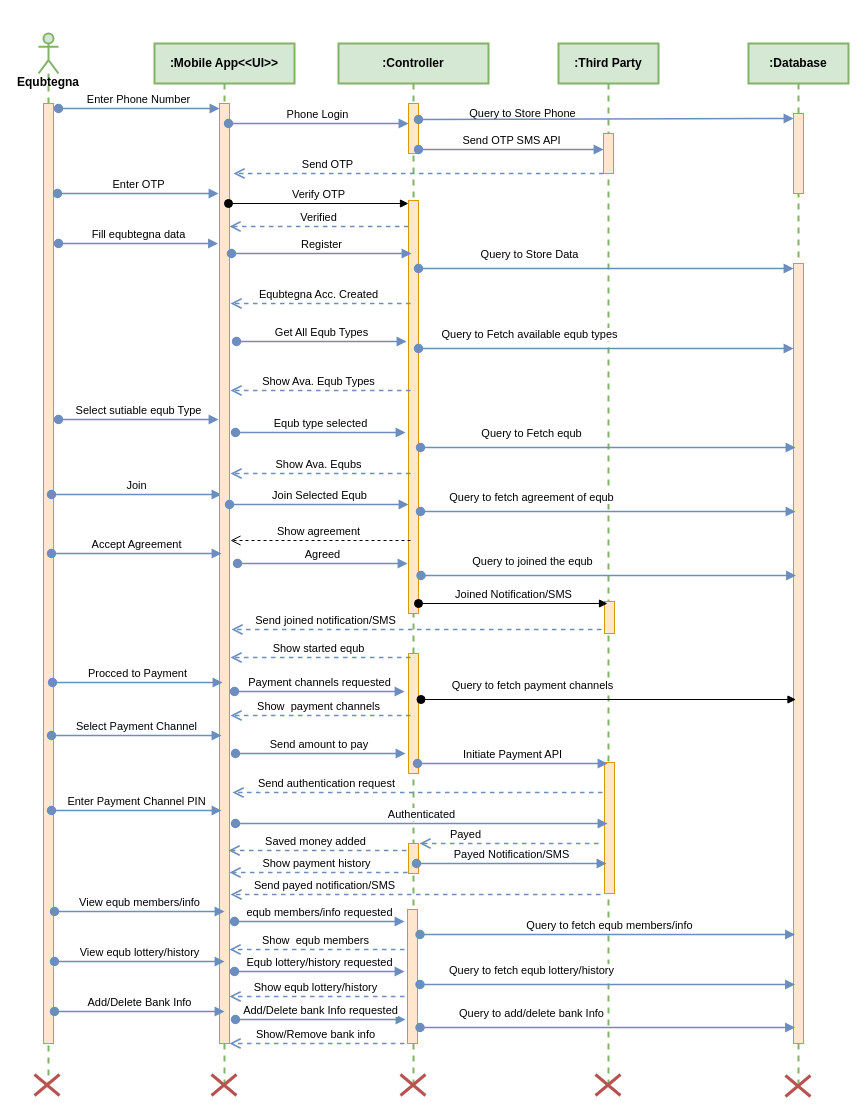
The draw.io diagram page "Page-4" (4 of 8) of Digital Equb DFD.drawio in fasil712/UML_Diagram_Design, before the edit. Source tidied: cells renumbered, new cells numbered last; positions are measured from the earlier drawing's top-left corner, leaving out a move shared by most shapes. Both pictures are drawn from the tidied source at 100%, with x=0, y=0 at pixel (34, 33).
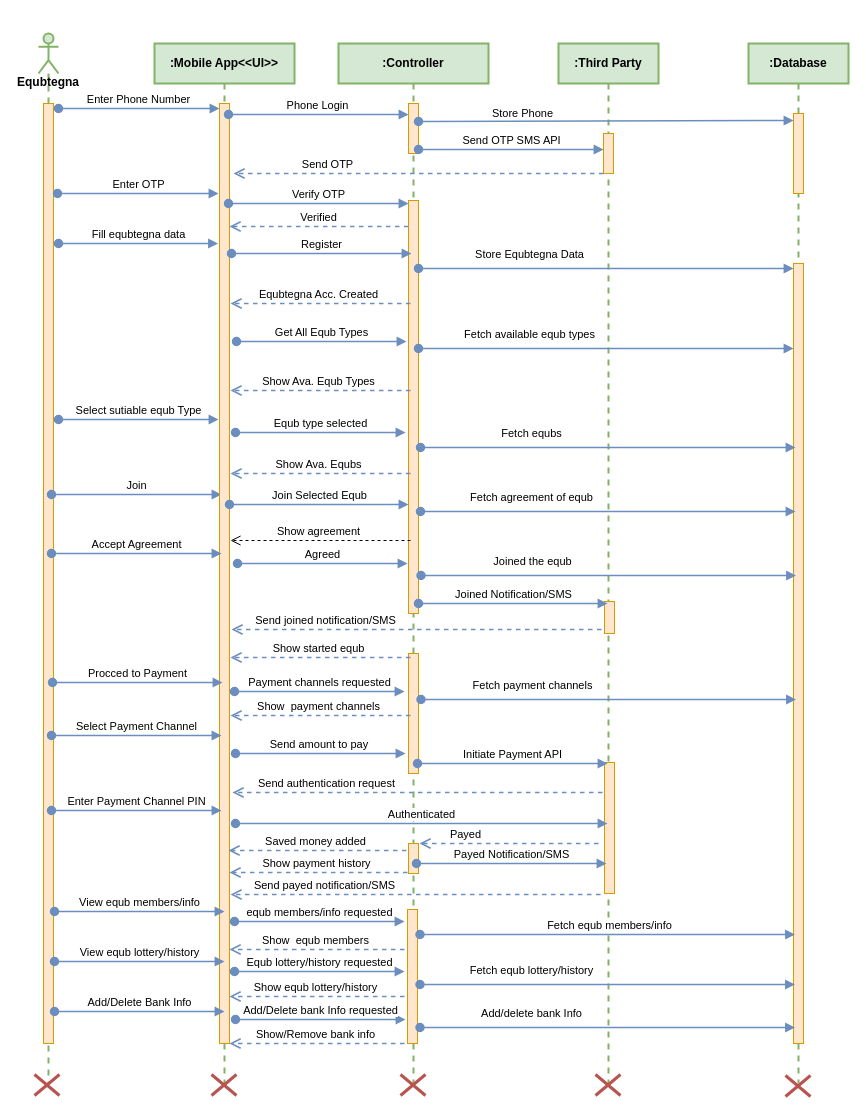
After the change.

Unchanged cells that the change refers to:
```xml
<mxCell id="4" value=":Third Party" style="shape=umlLifeline;perimeter=lifelinePerimeter;whiteSpace=wrap;html=1;outlineConnect=0;portConstraint=eastwest;newEdgeStyle={&quot;curved&quot;:0,&quot;rounded&quot;:0};fontStyle=1;fillColor=#d5e8d4;strokeColor=#82b366;strokeWidth=2;" parent="1" vertex="1">
  <mxGeometry x="524" y="10" width="100" height="1040" as="geometry" />
</mxCell>
<mxCell id="10" style="html=1;points=[[0,0,0,0,5],[0,1,0,0,-5],[1,0,0,0,5],[1,1,0,0,-5]];perimeter=orthogonalPerimeter;outlineConnect=0;targetShapes=umlLifeline;portConstraint=eastwest;newEdgeStyle={&quot;curved&quot;:0,&quot;rounded&quot;:0};fontStyle=0;fillColor=#ffe6cc;strokeColor=#d79b00;" parent="8" vertex="1">
  <mxGeometry x="70" y="157" width="10" height="413" as="geometry" />
</mxCell>
<mxCell id="15" style="html=1;points=[[0,0,0,0,5],[0,1,0,0,-5],[1,0,0,0,5],[1,1,0,0,-5]];perimeter=orthogonalPerimeter;outlineConnect=0;targetShapes=umlLifeline;portConstraint=eastwest;newEdgeStyle={&quot;curved&quot;:0,&quot;rounded&quot;:0};fontStyle=0;fillColor=#ffe6cc;strokeColor=#d79b00;" parent="14" vertex="1">
  <mxGeometry x="45" y="70" width="10" height="80" as="geometry" />
</mxCell>
<mxCell id="16" style="html=1;points=[[0,0,0,0,5],[0,1,0,0,-5],[1,0,0,0,5],[1,1,0,0,-5]];perimeter=orthogonalPerimeter;outlineConnect=0;targetShapes=umlLifeline;portConstraint=eastwest;newEdgeStyle={&quot;curved&quot;:0,&quot;rounded&quot;:0};fontStyle=0;fillColor=#ffe6cc;strokeColor=#d79b00;" parent="14" vertex="1">
  <mxGeometry x="45" y="220" width="10" height="780" as="geometry" />
</mxCell>
<mxCell id="18" style="html=1;verticalAlign=bottom;startArrow=oval;endArrow=block;startSize=8;curved=0;rounded=0;fontStyle=0;" parent="1" edge="1" target="4">
  <mxGeometry relative="1" as="geometry">
    <mxPoint x="573.5" y="139" as="sourcePoint" />
  </mxGeometry>
</mxCell>
```

Change to the diagram source:
```diff
@@
-    <mxCell id="19" value="Query&amp;nbsp;to Store Phone" style="edgeLabel;html=1;align=center;verticalAlign=middle;fontStyle=0;" parent="18" vertex="1">
+    <mxCell id="19" value="Store Phone" style="edgeLabel;html=1;align=center;verticalAlign=middle;fontStyle=0;" parent="18" vertex="1">
       <mxGeometry x="0.01" y="1" relative="1" as="geometry">
         <mxPoint x="-86" y="-61" as="offset" />
       </mxGeometry>
     </mxCell>
-    <mxCell id="20" style="html=1;verticalAlign=bottom;startArrow=oval;endArrow=block;startSize=8;curved=0;rounded=0;entryX=0;entryY=0;entryDx=0;entryDy=5;entryPerimeter=0;fontStyle=0;fillColor=#dae8fc;strokeColor=#6c8ebf;strokeWidth=1.5;" parent="1" edge="1" target="15">
+    <mxCell id="20" style="html=1;verticalAlign=bottom;startArrow=oval;endArrow=block;startSize=8;curved=0;rounded=0;entryX=0;entryY=0;entryDx=0;entryDy=5;entryPerimeter=0;fontStyle=0;fillColor=#dae8fc;strokeColor=#6c8ebf;strokeWidth=1.5;" parent="1" edge="1">
       <mxGeometry relative="1" as="geometry">
-        <mxPoint x="384" y="86" as="sourcePoint" />
+        <mxPoint x="384" y="88" as="sourcePoint" />
+        <mxPoint x="759" y="87" as="targetPoint" />
       </mxGeometry>
     </mxCell>
@@
-    <mxCell id="26" value="Query to Store Data" style="html=1;verticalAlign=bottom;startArrow=oval;endArrow=block;startSize=8;curved=0;rounded=0;entryX=0;entryY=0;entryDx=0;entryDy=5;fontStyle=0;fillColor=#dae8fc;strokeColor=#6c8ebf;strokeWidth=1.5;" parent="1" edge="1" source="10" target="16">
+    <mxCell id="26" value="Store Equbtegna Data" style="html=1;verticalAlign=bottom;startArrow=oval;endArrow=block;startSize=8;curved=0;rounded=0;entryX=0;entryY=0;entryDx=0;entryDy=5;fontStyle=0;fillColor=#dae8fc;strokeColor=#6c8ebf;strokeWidth=1.5;" parent="1" edge="1" source="10" target="16">
       <mxGeometry x="-0.41" y="5" relative="1" as="geometry" />
     </mxCell>
@@
-    <mxCell id="31" value="Query to Fetch available equb types" style="html=1;verticalAlign=bottom;startArrow=oval;endArrow=block;startSize=8;curved=0;rounded=0;entryX=0;entryY=0;entryDx=0;entryDy=5;fontStyle=0;fillColor=#dae8fc;strokeColor=#6c8ebf;strokeWidth=1.5;" parent="1" edge="1">
+    <mxCell id="31" value="Fetch available equb types" style="html=1;verticalAlign=bottom;startArrow=oval;endArrow=block;startSize=8;curved=0;rounded=0;entryX=0;entryY=0;entryDx=0;entryDy=5;fontStyle=0;fillColor=#dae8fc;strokeColor=#6c8ebf;strokeWidth=1.5;" parent="1" edge="1">
       <mxGeometry x="-0.41" y="5" relative="1" as="geometry">
         <mxPoint x="384" y="315" as="sourcePoint" />
         <mxPoint x="759" y="315" as="targetPoint" />
       </mxGeometry>
     </mxCell>
-    <mxCell id="32" value="Query to Fetch equb" style="html=1;verticalAlign=bottom;startArrow=oval;endArrow=block;startSize=8;curved=0;rounded=0;entryX=0;entryY=0;entryDx=0;entryDy=5;fontStyle=0;fillColor=#dae8fc;strokeColor=#6c8ebf;strokeWidth=1.5;" parent="1" edge="1">
+    <mxCell id="32" value="Fetch equbs" style="html=1;verticalAlign=bottom;startArrow=oval;endArrow=block;startSize=8;curved=0;rounded=0;entryX=0;entryY=0;entryDx=0;entryDy=5;fontStyle=0;fillColor=#dae8fc;strokeColor=#6c8ebf;strokeWidth=1.5;" parent="1" edge="1">
       <mxGeometry x="-0.41" y="5" relative="1" as="geometry">
         <mxPoint x="386" y="414" as="sourcePoint" />
         <mxPoint x="761" y="414" as="targetPoint" />
       </mxGeometry>
     </mxCell>
@@
-    <mxCell id="35" value="Query to fetch agreement of equb" style="html=1;verticalAlign=bottom;startArrow=oval;endArrow=block;startSize=8;curved=0;rounded=0;entryX=0;entryY=0;entryDx=0;entryDy=5;fontStyle=0;fillColor=#dae8fc;strokeColor=#6c8ebf;strokeWidth=1.5;" parent="1" edge="1">
+    <mxCell id="35" value="Fetch agreement of equb" style="html=1;verticalAlign=bottom;startArrow=oval;endArrow=block;startSize=8;curved=0;rounded=0;entryX=0;entryY=0;entryDx=0;entryDy=5;fontStyle=0;fillColor=#dae8fc;strokeColor=#6c8ebf;strokeWidth=1.5;" parent="1" edge="1">
       <mxGeometry x="-0.41" y="5" relative="1" as="geometry">
         <mxPoint x="386" y="478" as="sourcePoint" />
         <mxPoint x="761" y="478" as="targetPoint" />
       </mxGeometry>
     </mxCell>
@@
-    <mxCell id="38" value="Query to joined the equb" style="html=1;verticalAlign=bottom;startArrow=oval;endArrow=block;startSize=8;curved=0;rounded=0;entryX=0;entryY=0;entryDx=0;entryDy=5;fontStyle=0;fillColor=#dae8fc;strokeColor=#6c8ebf;strokeWidth=1.5;" parent="1" edge="1">
+    <mxCell id="38" value="Joined the equb" style="html=1;verticalAlign=bottom;startArrow=oval;endArrow=block;startSize=8;curved=0;rounded=0;entryX=0;entryY=0;entryDx=0;entryDy=5;fontStyle=0;fillColor=#dae8fc;strokeColor=#6c8ebf;strokeWidth=1.5;" parent="1" edge="1">
       <mxGeometry x="-0.41" y="5" relative="1" as="geometry">
         <mxPoint x="386.5" y="542" as="sourcePoint" />
         <mxPoint x="761.5" y="542" as="targetPoint" />
       </mxGeometry>
     </mxCell>
@@
     <mxCell id="42" value="Phone Login" style="html=1;verticalAlign=bottom;startArrow=oval;endArrow=block;startSize=8;curved=0;rounded=0;fontStyle=0;fillColor=#dae8fc;strokeColor=#6c8ebf;strokeWidth=1.5;" parent="1" edge="1">
       <mxGeometry x="-0.01" relative="1" as="geometry">
-        <mxPoint x="194" y="90" as="sourcePoint" />
-        <mxPoint x="374" y="90" as="targetPoint" />
+        <mxPoint x="194" y="81" as="sourcePoint" />
+        <mxPoint x="374" y="81" as="targetPoint" />
       </mxGeometry>
     </mxCell>
-    <mxCell id="43" value="Verify OTP" style="html=1;verticalAlign=bottom;startArrow=oval;endArrow=block;startSize=8;curved=0;rounded=0;fontStyle=0;" parent="1" edge="1">
+    <mxCell id="43" value="Verify OTP" style="html=1;verticalAlign=bottom;startArrow=oval;endArrow=block;startSize=8;curved=0;rounded=0;fontStyle=0;fillColor=#dae8fc;strokeColor=#6c8ebf;strokeWidth=1.5;" parent="1" edge="1">
       <mxGeometry relative="1" as="geometry">
         <mxPoint x="194" y="170" as="sourcePoint" />
         <mxPoint x="374" y="170" as="targetPoint" />
       </mxGeometry>
     </mxCell>
@@
-    <mxCell id="48" value="Joined Notification/SMS" style="html=1;verticalAlign=bottom;startArrow=oval;startFill=1;endArrow=block;startSize=8;curved=0;rounded=0;fontStyle=0;" parent="1" edge="1" target="4">
+    <mxCell id="48" value="Joined Notification/SMS" style="html=1;verticalAlign=bottom;startArrow=oval;startFill=1;endArrow=block;startSize=8;curved=0;rounded=0;fontStyle=0;fillColor=#dae8fc;strokeColor=#6c8ebf;strokeWidth=1.5;" parent="1" edge="1" target="4">
       <mxGeometry relative="1" as="geometry">
         <mxPoint x="384" y="570" as="sourcePoint" />
       </mxGeometry>
     </mxCell>
@@
-    <mxCell id="52" value="Query to fetch payment channels" style="html=1;verticalAlign=bottom;startArrow=oval;endArrow=block;startSize=8;curved=0;rounded=0;entryX=0;entryY=0;entryDx=0;entryDy=5;fontStyle=0;" parent="1" edge="1">
+    <mxCell id="52" value="Fetch payment channels" style="html=1;verticalAlign=bottom;startArrow=oval;endArrow=block;startSize=8;curved=0;rounded=0;entryX=0;entryY=0;entryDx=0;entryDy=5;fontStyle=0;fillColor=#dae8fc;strokeColor=#6c8ebf;strokeWidth=1.5;" parent="1" edge="1">
       <mxGeometry x="-0.41" y="5" relative="1" as="geometry">
         <mxPoint x="386.5" y="666" as="sourcePoint" />
         <mxPoint x="761.5" y="666" as="targetPoint" />
       </mxGeometry>
     </mxCell>
@@
-    <mxCell id="71" value="Query to fetch equb members/info" style="html=1;verticalAlign=bottom;startArrow=oval;endArrow=block;startSize=8;curved=0;rounded=0;entryX=0;entryY=0;entryDx=0;entryDy=5;fontStyle=0;fillColor=#dae8fc;strokeColor=#6c8ebf;strokeWidth=1.5;" parent="1" edge="1">
+    <mxCell id="71" value="Fetch equb members/info" style="html=1;verticalAlign=bottom;startArrow=oval;endArrow=block;startSize=8;curved=0;rounded=0;entryX=0;entryY=0;entryDx=0;entryDy=5;fontStyle=0;fillColor=#dae8fc;strokeColor=#6c8ebf;strokeWidth=1.5;" parent="1" edge="1">
       <mxGeometry x="0.01" relative="1" as="geometry">
         <mxPoint x="385.5" y="901" as="sourcePoint" />
         <mxPoint x="760.5" y="901" as="targetPoint" />
       </mxGeometry>
     </mxCell>
@@
-    <mxCell id="75" value="Query to fetch equb lottery/history" style="html=1;verticalAlign=bottom;startArrow=oval;endArrow=block;startSize=8;curved=0;rounded=0;entryX=0;entryY=0;entryDx=0;entryDy=5;fontStyle=0;fillColor=#dae8fc;strokeColor=#6c8ebf;strokeWidth=1.5;" parent="1" edge="1">
+    <mxCell id="75" value="Fetch equb lottery/history" style="html=1;verticalAlign=bottom;startArrow=oval;endArrow=block;startSize=8;curved=0;rounded=0;entryX=0;entryY=0;entryDx=0;entryDy=5;fontStyle=0;fillColor=#dae8fc;strokeColor=#6c8ebf;strokeWidth=1.5;" parent="1" edge="1">
       <mxGeometry x="-0.41" y="5" relative="1" as="geometry">
         <mxPoint x="385.5" y="951" as="sourcePoint" />
         <mxPoint x="760.5" y="951" as="targetPoint" />
       </mxGeometry>
     </mxCell>
@@
-    <mxCell id="80" value="Query to add/delete bank Info" style="html=1;verticalAlign=bottom;startArrow=oval;endArrow=block;startSize=8;curved=0;rounded=0;entryX=0;entryY=0;entryDx=0;entryDy=5;fontStyle=0;fillColor=#dae8fc;strokeColor=#6c8ebf;strokeWidth=1.5;" parent="1" edge="1">
+    <mxCell id="80" value="Add/delete bank Info" style="html=1;verticalAlign=bottom;startArrow=oval;endArrow=block;startSize=8;curved=0;rounded=0;entryX=0;entryY=0;entryDx=0;entryDy=5;fontStyle=0;fillColor=#dae8fc;strokeColor=#6c8ebf;strokeWidth=1.5;" parent="1" edge="1">
       <mxGeometry x="-0.41" y="5" relative="1" as="geometry">
         <mxPoint x="385.5" y="994" as="sourcePoint" />
         <mxPoint x="760.5" y="994" as="targetPoint" />
       </mxGeometry>
     </mxCell>
```
